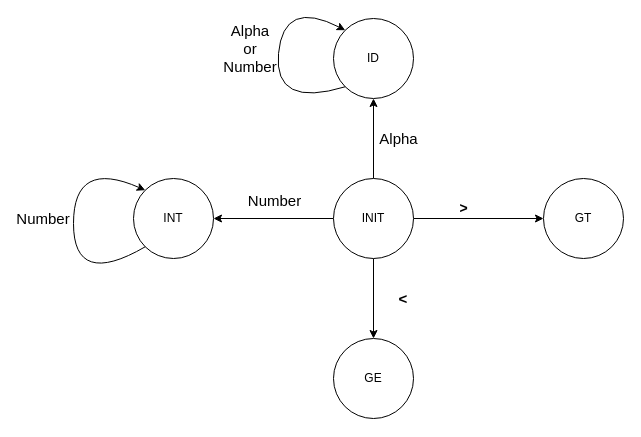
shqyang/draw.io keeps this draw.io diagram as compile/compile.drawio. Above is the earlier version. Source tidied: cells renumbered, new cells numbered last; positions are measured from the earlier drawing's top-left corner, leaving out a move shared by most shapes. Both pictures are drawn from the tidied source at 100%, with x=0, y=0 at pixel (23, -2).
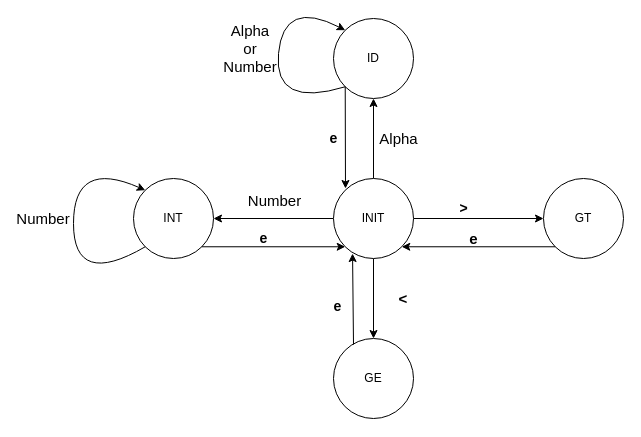
The same diagram, later.

The change refers to these unchanged cells:
```xml
<mxCell id="6" value="INIT" style="ellipse;whiteSpace=wrap;html=1;" parent="1" vertex="1">
  <mxGeometry x="310" y="180" width="80" height="80" as="geometry" />
</mxCell>
<mxCell id="7" value="GT" style="ellipse;whiteSpace=wrap;html=1;" parent="1" vertex="1">
  <mxGeometry x="520" y="180" width="80" height="80" as="geometry" />
</mxCell>
<mxCell id="9" value="GE" style="ellipse;whiteSpace=wrap;html=1;" parent="1" vertex="1">
  <mxGeometry x="310" y="340" width="80" height="80" as="geometry" />
</mxCell>
<mxCell id="11" value="INT" style="ellipse;whiteSpace=wrap;html=1;" parent="1" vertex="1">
  <mxGeometry x="110" y="180" width="80" height="80" as="geometry" />
</mxCell>
<mxCell id="13" value="ID" style="ellipse;whiteSpace=wrap;html=1;" parent="1" vertex="1">
  <mxGeometry x="310" y="20" width="80" height="80" as="geometry" />
</mxCell>
```

What changed in the source:
```diff
@@
+    <mxCell id="19" style="endArrow=classic;html=1;exitX=1;exitY=1;exitDx=0;exitDy=0;entryX=0;entryY=1;entryDx=0;entryDy=0;" parent="1" edge="1" source="11" target="6">
+      <mxGeometry relative="1" as="geometry" />
+    </mxCell>
+    <mxCell id="20" value="e" style="text;html=1;align=center;verticalAlign=middle;strokeColor=none;fontSize=14;fontStyle=1;" parent="1" vertex="1">
+      <mxGeometry x="230" y="230" width="20" height="20" as="geometry" />
+    </mxCell>
+    <mxCell id="21" style="endArrow=classic;html=1;exitX=0;exitY=1;exitDx=0;exitDy=0;" parent="1" edge="1" source="13">
+      <mxGeometry relative="1" as="geometry">
+        <mxPoint x="322" y="190" as="targetPoint" />
+      </mxGeometry>
+    </mxCell>
+    <mxCell id="22" style="endArrow=classic;html=1;exitX=0;exitY=1;exitDx=0;exitDy=0;entryX=1;entryY=1;entryDx=0;entryDy=0;" parent="1" edge="1" source="7" target="6">
+      <mxGeometry relative="1" as="geometry" />
+    </mxCell>
+    <mxCell id="23" style="endArrow=classic;html=1;entryX=0.238;entryY=0.938;entryDx=0;entryDy=0;entryPerimeter=0;exitX=0.25;exitY=0.075;exitDx=0;exitDy=0;exitPerimeter=0;" parent="1" edge="1" source="9" target="6">
+      <mxGeometry relative="1" as="geometry" />
+    </mxCell>
+    <mxCell id="24" value="e" style="text;html=1;align=center;verticalAlign=middle;strokeColor=none;fontSize=14;fontStyle=1;" parent="1" vertex="1">
+      <mxGeometry x="300" y="130" width="20" height="20" as="geometry" />
+    </mxCell>
+    <mxCell id="25" value="e" style="text;html=1;align=center;verticalAlign=middle;strokeColor=none;fontSize=15;fontStyle=1;" parent="1" vertex="1">
+      <mxGeometry x="440" y="230" width="20" height="20" as="geometry" />
+    </mxCell>
+    <mxCell id="26" value="e" style="text;html=1;align=center;verticalAlign=middle;strokeColor=none;fontSize=14;fontStyle=1;" parent="1" vertex="1">
+      <mxGeometry x="304" y="298" width="20" height="20" as="geometry" />
+    </mxCell>
```
